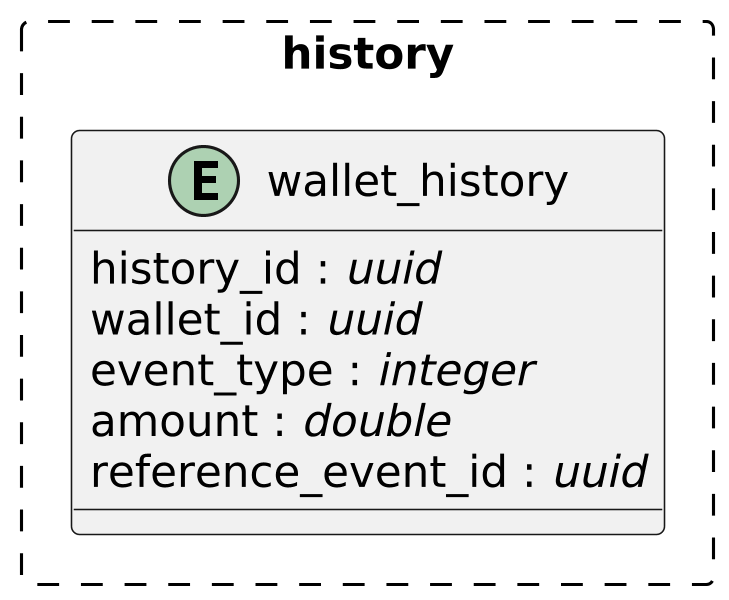
This is software-docs/entity model/history_db.png from raj-mistry-01/Event-Driven-Ledger, a PlantUML export, as it was before one commit.
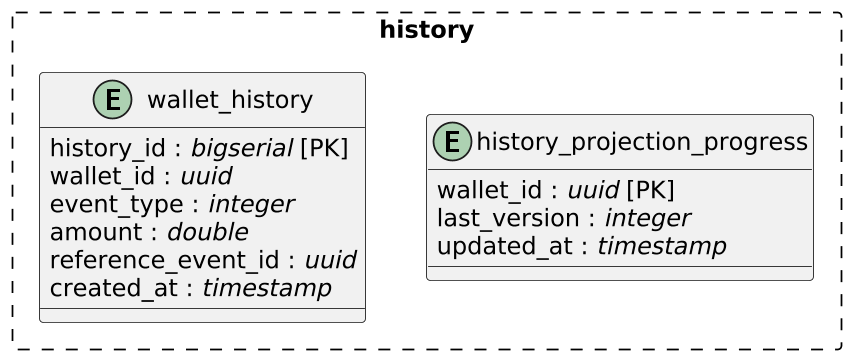
Above is the later version.

Commit message:
Added the postgresql ddl files and entity diagrams for the same

Diff of the diagram source:
```diff
@@ -5,11 +5,19 @@
 
 package "history" #line.dashed{
 entity wallet_history {
-  history_id : //uuid//
+  history_id : //bigserial// [PK]
   wallet_id : //uuid//
   event_type : //integer//
   amount : //double//
   reference_event_id : //uuid//
+  created_at : //timestamp//
 }
+
+entity history_projection_progress {
+  wallet_id : //uuid// [PK]
+  last_version : //integer//
+  updated_at : //timestamp//
+}
+
 }
 @enduml
```
